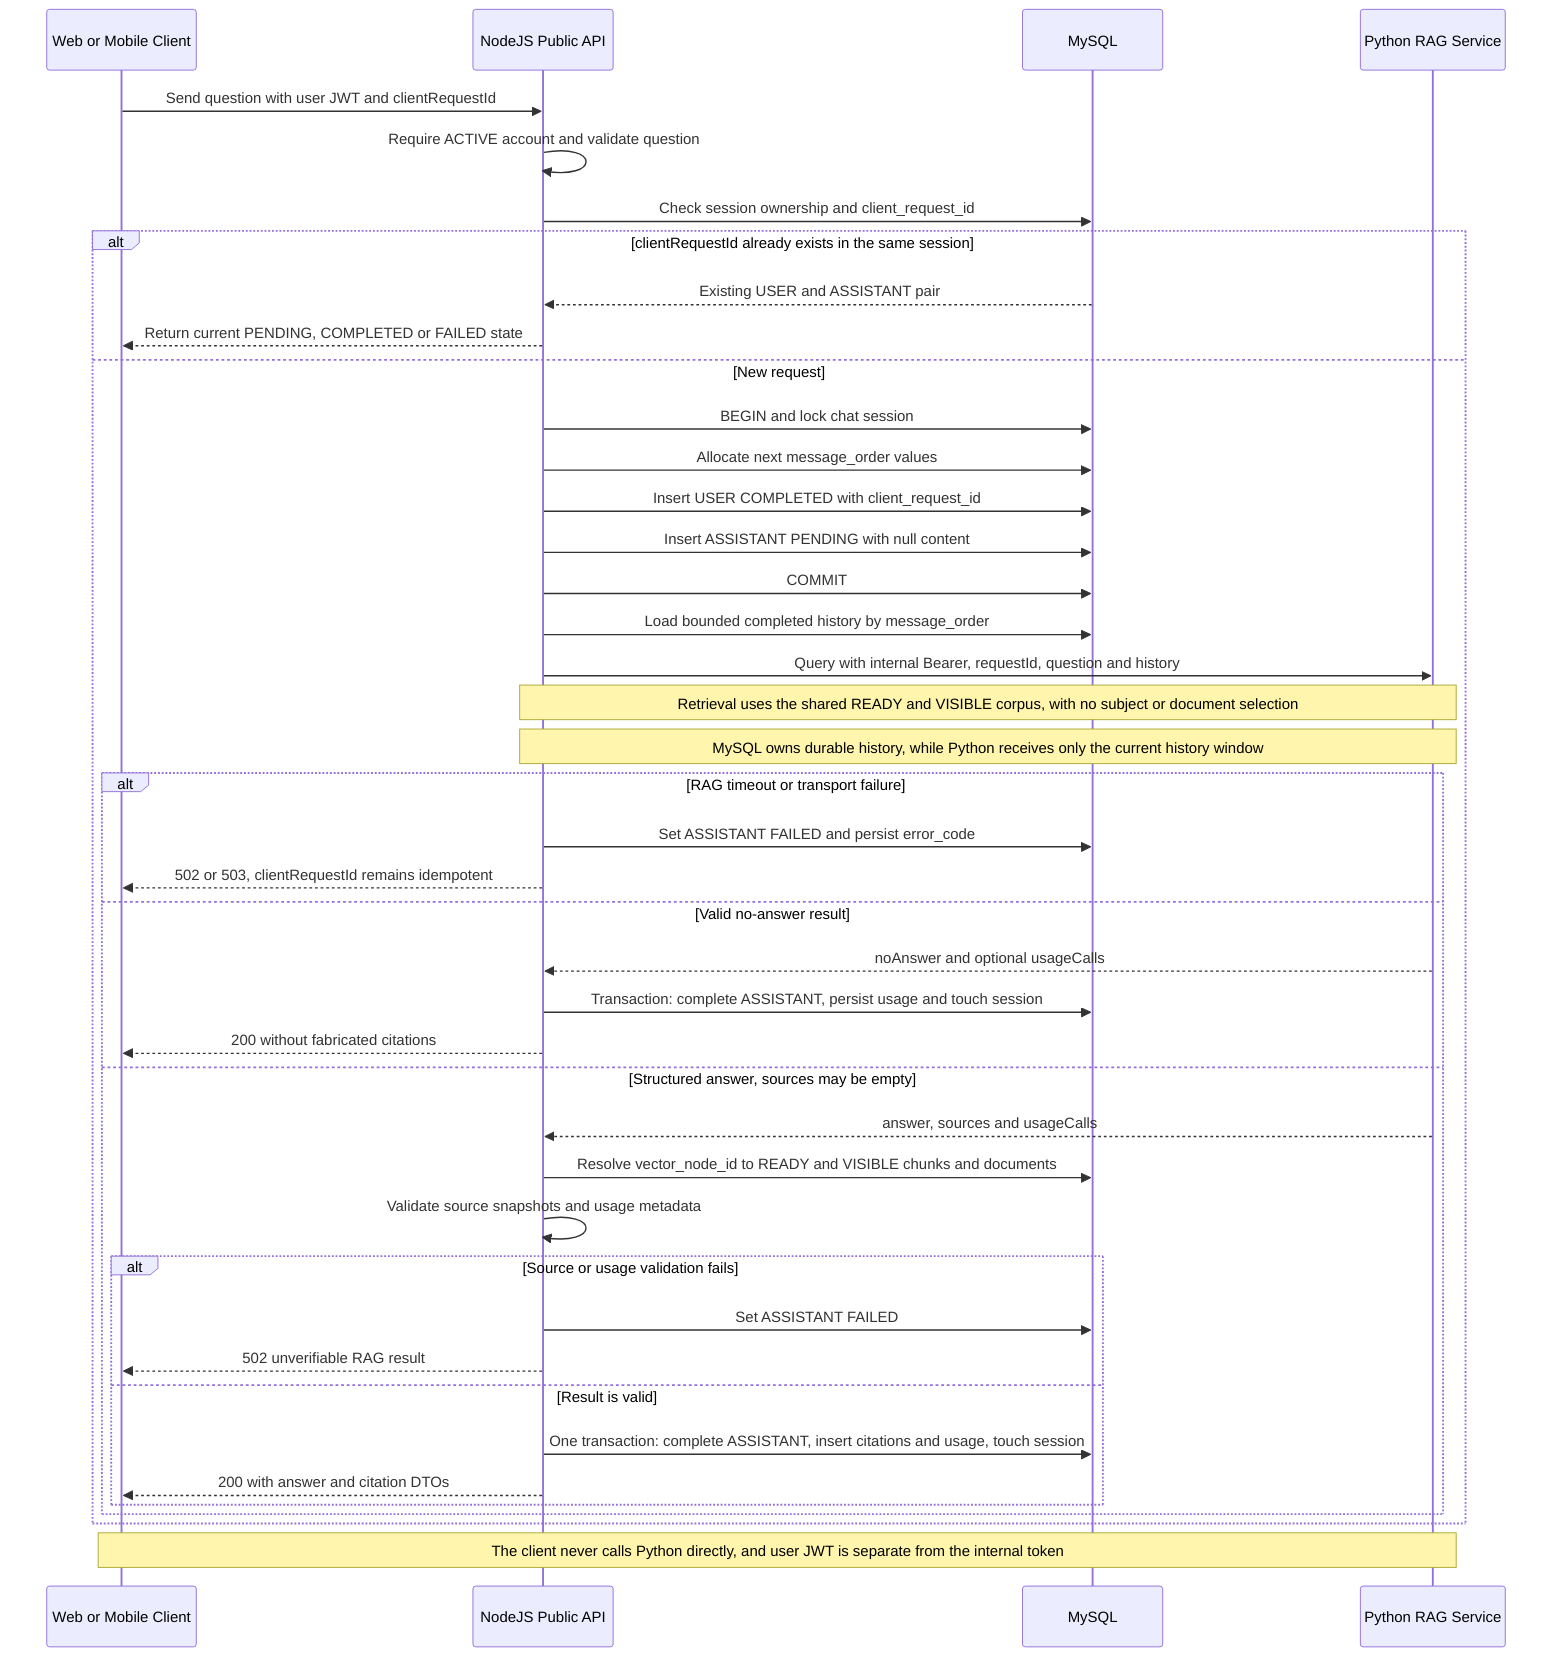
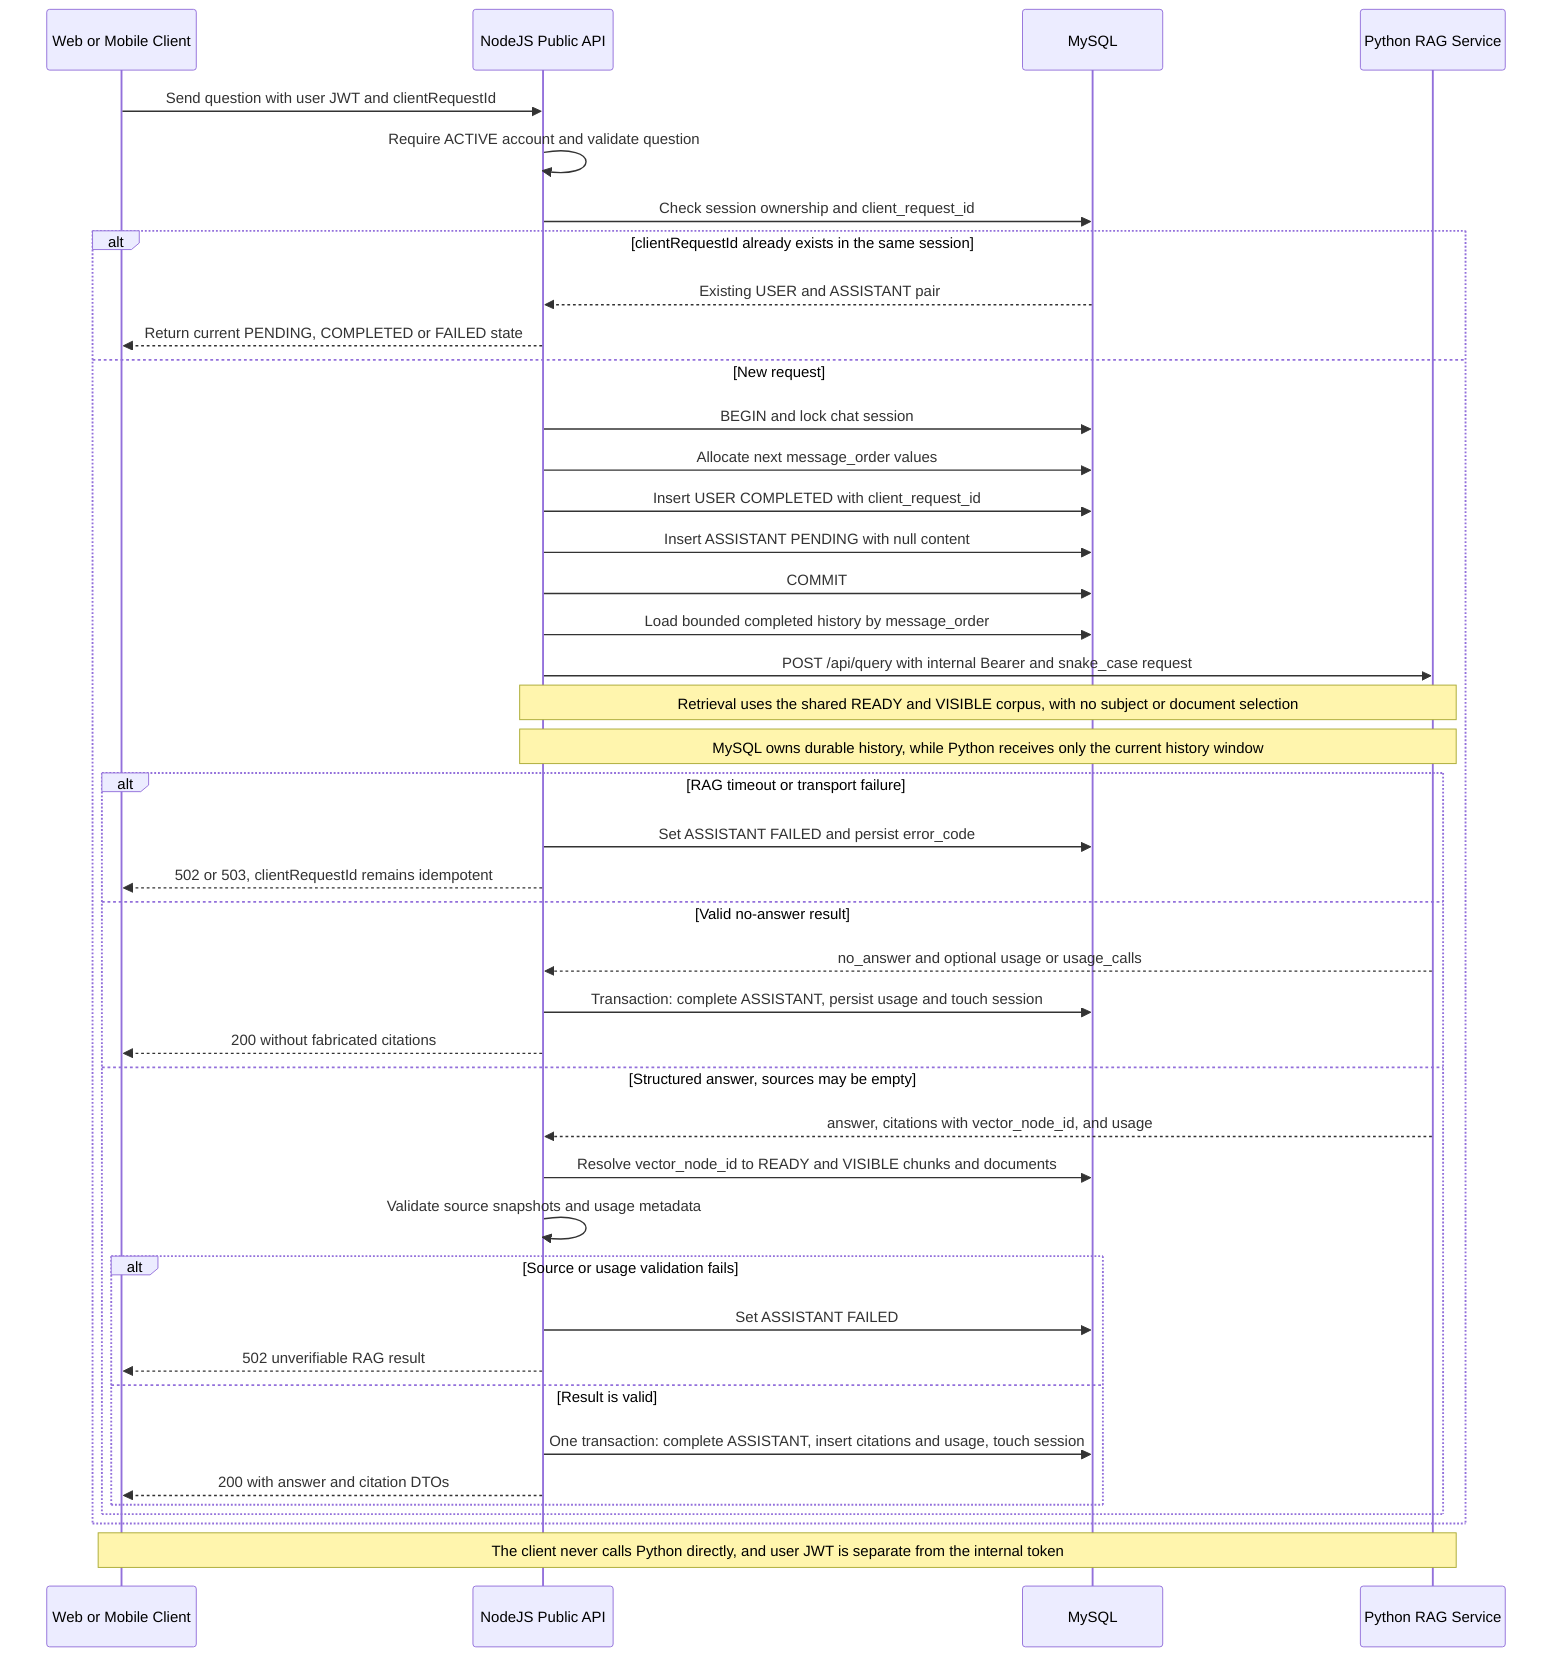
%% 06 Chat RAG | Detailed NodeJS/Core flow
sequenceDiagram
  participant Client as Web or Mobile Client
  participant Node as NodeJS Public API
  participant DB as MySQL
  participant RAG as Python RAG Service

  Client->>Node: Send question with user JWT and clientRequestId
  Node->>Node: Require ACTIVE account and validate question
  Node->>DB: Check session ownership and client_request_id
  alt clientRequestId already exists in the same session
    DB-->>Node: Existing USER and ASSISTANT pair
    Node-->>Client: Return current PENDING, COMPLETED or FAILED state
  else New request
    Node->>DB: BEGIN and lock chat session
    Node->>DB: Allocate next message_order values
    Node->>DB: Insert USER COMPLETED with client_request_id
    Node->>DB: Insert ASSISTANT PENDING with null content
    Node->>DB: COMMIT
    Node->>DB: Load bounded completed history by message_order
-     Node->>RAG: Query with internal Bearer, requestId, question and history
+     Node->>RAG: POST /api/query with internal Bearer and snake_case request
    Note over Node,RAG: Retrieval uses the shared READY and VISIBLE corpus, with no subject or document selection
    Note over Node,RAG: MySQL owns durable history, while Python receives only the current history window
    alt RAG timeout or transport failure
      Node->>DB: Set ASSISTANT FAILED and persist error_code
      Node-->>Client: 502 or 503, clientRequestId remains idempotent
    else Valid no-answer result
-       RAG-->>Node: noAnswer and optional usageCalls
+       RAG-->>Node: no_answer and optional usage or usage_calls
      Node->>DB: Transaction: complete ASSISTANT, persist usage and touch session
      Node-->>Client: 200 without fabricated citations
    else Structured answer, sources may be empty
-       RAG-->>Node: answer, sources and usageCalls
+       RAG-->>Node: answer, citations with vector_node_id, and usage
      Node->>DB: Resolve vector_node_id to READY and VISIBLE chunks and documents
      Node->>Node: Validate source snapshots and usage metadata
      alt Source or usage validation fails
        Node->>DB: Set ASSISTANT FAILED
        Node-->>Client: 502 unverifiable RAG result
      else Result is valid
        Node->>DB: One transaction: complete ASSISTANT, insert citations and usage, touch session
        Node-->>Client: 200 with answer and citation DTOs
      end
    end
  end

  Note over Client,RAG: The client never calls Python directly, and user JWT is separate from the internal token
